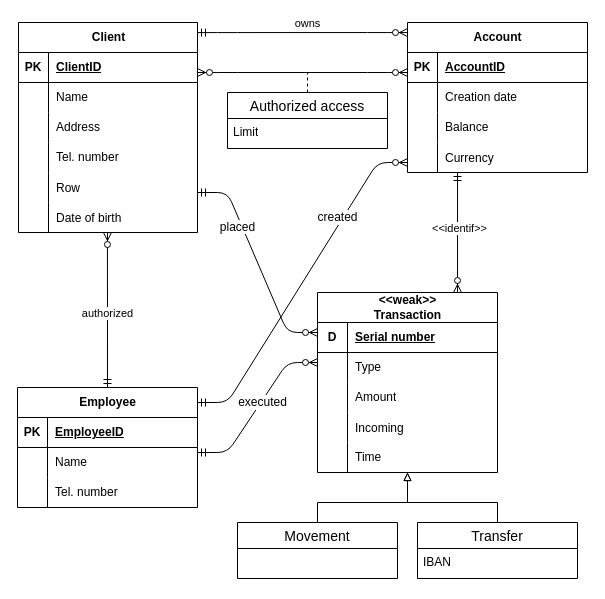
Above: erd.drawio in Marek324/butfit-ids (draw.io), before the change. Source tidied: cells renumbered, new cells numbered last; positions are measured from the earlier drawing's top-left corner, leaving out a move shared by most shapes. Both pictures are drawn from the tidied source at 100%, with x=0, y=0 at pixel (17, 22).
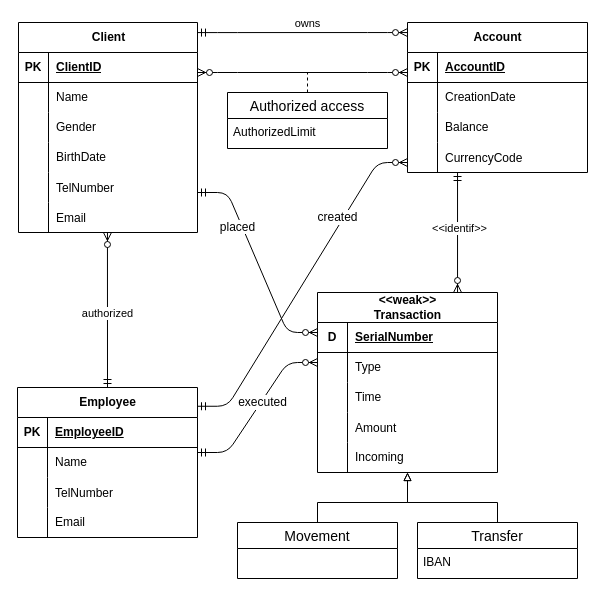
The same page after the edit.

Commit message:
Update erd based on sql script

Unchanged cells that the change refers to:
```xml
<mxCell id="9" style="shape=tableRow;horizontal=0;startSize=0;swimlaneHead=0;swimlaneBody=0;fillColor=none;top=0;left=0;right=0;bottom=0;" parent="2" vertex="1">
  <mxGeometry y="90" width="179" height="30" as="geometry" />
</mxCell>
<mxCell id="12" style="shape=tableRow;horizontal=0;startSize=0;swimlaneHead=0;swimlaneBody=0;fillColor=none;top=0;left=0;right=0;bottom=0;" parent="2" vertex="1">
  <mxGeometry y="120" width="179" height="30" as="geometry" />
</mxCell>
<mxCell id="15" style="shape=tableRow;horizontal=0;startSize=0;swimlaneHead=0;swimlaneBody=0;fillColor=none;points=[[0,0.5],[1,0.5]];portConstraint=eastwest;top=0;left=0;right=0;bottom=0;" parent="2" vertex="1">
  <mxGeometry y="150" width="179" height="30" as="geometry" />
</mxCell>
<mxCell id="18" style="shape=tableRow;horizontal=0;startSize=0;swimlaneHead=0;swimlaneBody=0;fillColor=none;points=[[0,0.5],[1,0.5]];portConstraint=eastwest;top=0;left=0;right=0;bottom=0;" parent="2" vertex="1">
  <mxGeometry y="180" width="179" height="30" as="geometry" />
</mxCell>
<mxCell id="25" style="shape=tableRow;horizontal=0;startSize=0;swimlaneHead=0;swimlaneBody=0;fillColor=none;top=0;left=0;right=0;bottom=0;" parent="21" vertex="1">
  <mxGeometry y="60" width="180" height="30" as="geometry" />
</mxCell>
<mxCell id="31" style="shape=tableRow;horizontal=0;startSize=0;swimlaneHead=0;swimlaneBody=0;fillColor=none;points=[[0,0.5],[1,0.5]];portConstraint=eastwest;top=0;left=0;right=0;bottom=0;" parent="21" vertex="1">
  <mxGeometry y="120" width="180" height="30" as="geometry" />
</mxCell>
<mxCell id="35" value="Authorized access" style="swimlane;fontStyle=0;horizontal=1;startSize=26;align=center;fontSize=14;" parent="1" vertex="1">
  <mxGeometry x="210" y="70" width="160" height="56" as="geometry" />
</mxCell>
<mxCell id="38" style="shape=tableRow;horizontal=0;startSize=0;swimlaneHead=0;swimlaneBody=0;fillColor=none;points=[[0,0.5],[1,0.5]];portConstraint=eastwest;top=0;left=0;right=0;bottom=1;" parent="37" vertex="1">
  <mxGeometry y="30" width="180" height="30" as="geometry" />
</mxCell>
<mxCell id="44" style="shape=tableRow;horizontal=0;startSize=0;swimlaneHead=0;swimlaneBody=0;fillColor=none;top=0;left=0;right=0;bottom=0;" parent="37" vertex="1">
  <mxGeometry y="90" width="180" height="30" as="geometry" />
</mxCell>
<mxCell id="47" style="shape=tableRow;horizontal=0;startSize=0;swimlaneHead=0;swimlaneBody=0;fillColor=none;top=0;left=0;right=0;bottom=0;" parent="37" vertex="1">
  <mxGeometry y="120" width="180" height="30" as="geometry" />
</mxCell>
<mxCell id="50" style="shape=tableRow;horizontal=0;startSize=0;swimlaneHead=0;swimlaneBody=0;fillColor=none;top=0;left=0;right=0;bottom=0;" parent="37" vertex="1">
  <mxGeometry y="150" width="180" height="30" as="geometry" />
</mxCell>
```

Diff of the diagram source:
```diff
@@
-    <mxCell id="11" value="Address" style="shape=partialRectangle;fillColor=none;top=0;left=0;bottom=0;right=0;align=left;spacingLeft=6;overflow=hidden;whiteSpace=wrap;html=1;" parent="9" vertex="1">
+    <mxCell id="11" value="Gender" style="shape=partialRectangle;fillColor=none;top=0;left=0;bottom=0;right=0;align=left;spacingLeft=6;overflow=hidden;whiteSpace=wrap;html=1;" parent="9" vertex="1">
       <mxGeometry x="30" width="149" height="30" as="geometry" />
     </mxCell>
@@
-    <mxCell id="14" value="Tel. number" style="shape=partialRectangle;fillColor=none;top=0;left=0;bottom=0;right=0;align=left;spacingLeft=6;overflow=hidden;whiteSpace=wrap;html=1;" parent="12" vertex="1">
+    <mxCell id="14" value="BirthDate" style="shape=partialRectangle;fillColor=none;top=0;left=0;bottom=0;right=0;align=left;spacingLeft=6;overflow=hidden;whiteSpace=wrap;html=1;" parent="12" vertex="1">
       <mxGeometry x="30" width="149" height="30" as="geometry" />
     </mxCell>
@@
-    <mxCell id="17" value="Row" style="shape=partialRectangle;fillColor=none;top=0;left=0;bottom=0;right=0;align=left;spacingLeft=6;overflow=hidden;" parent="15" vertex="1">
+    <mxCell id="17" value="TelNumber" style="shape=partialRectangle;fillColor=none;top=0;left=0;bottom=0;right=0;align=left;spacingLeft=6;overflow=hidden;" parent="15" vertex="1">
       <mxGeometry x="30" width="149" height="30" as="geometry" />
     </mxCell>
@@
-    <mxCell id="20" value="Date of birth" style="shape=partialRectangle;fillColor=none;top=0;left=0;bottom=0;right=0;align=left;spacingLeft=6;overflow=hidden;" parent="18" vertex="1">
+    <mxCell id="20" value="Email" style="shape=partialRectangle;fillColor=none;top=0;left=0;bottom=0;right=0;align=left;spacingLeft=6;overflow=hidden;" parent="18" vertex="1">
       <mxGeometry x="30" width="149" height="30" as="geometry" />
     </mxCell>
@@
-    <mxCell id="27" value="Creation date" style="shape=partialRectangle;fillColor=none;top=0;left=0;bottom=0;right=0;align=left;spacingLeft=6;overflow=hidden;whiteSpace=wrap;html=1;" parent="25" vertex="1">
+    <mxCell id="27" value="CreationDate" style="shape=partialRectangle;fillColor=none;top=0;left=0;bottom=0;right=0;align=left;spacingLeft=6;overflow=hidden;whiteSpace=wrap;html=1;" parent="25" vertex="1">
       <mxGeometry x="30" width="150" height="30" as="geometry" />
     </mxCell>
@@
-    <mxCell id="33" value="Currency" style="shape=partialRectangle;fillColor=none;top=0;left=0;bottom=0;right=0;align=left;spacingLeft=6;overflow=hidden;" parent="31" vertex="1">
+    <mxCell id="33" value="CurrencyCode" style="shape=partialRectangle;fillColor=none;top=0;left=0;bottom=0;right=0;align=left;spacingLeft=6;overflow=hidden;" parent="31" vertex="1">
       <mxGeometry x="30" width="150" height="30" as="geometry" />
     </mxCell>
@@
-    <mxCell id="36" value="Limit" style="text;strokeColor=none;fillColor=none;spacingLeft=4;spacingRight=4;overflow=hidden;fontSize=12;whiteSpace=wrap;html=1;" parent="35" vertex="1">
+    <mxCell id="36" value="AuthorizedLimit" style="text;strokeColor=none;fillColor=none;spacingLeft=4;spacingRight=4;overflow=hidden;fontSize=12;whiteSpace=wrap;html=1;" parent="35" vertex="1">
       <mxGeometry y="26" width="160" height="30" as="geometry" />
     </mxCell>
@@
-    <mxCell id="40" value="Serial number" style="shape=partialRectangle;fillColor=none;top=0;left=0;bottom=0;right=0;align=left;spacingLeft=6;fontStyle=5;overflow=hidden;whiteSpace=wrap;html=1;" parent="38" vertex="1">
+    <mxCell id="40" value="SerialNumber" style="shape=partialRectangle;fillColor=none;top=0;left=0;bottom=0;right=0;align=left;spacingLeft=6;fontStyle=5;overflow=hidden;whiteSpace=wrap;html=1;" parent="38" vertex="1">
       <mxGeometry x="30" width="150" height="30" as="geometry" />
     </mxCell>
@@
-    <mxCell id="46" value="Amount" style="shape=partialRectangle;fillColor=none;top=0;left=0;bottom=0;right=0;align=left;spacingLeft=6;overflow=hidden;whiteSpace=wrap;html=1;" parent="44" vertex="1">
+    <mxCell id="46" value="Time" style="shape=partialRectangle;fillColor=none;top=0;left=0;bottom=0;right=0;align=left;spacingLeft=6;overflow=hidden;whiteSpace=wrap;html=1;" parent="44" vertex="1">
       <mxGeometry x="30" width="150" height="30" as="geometry" />
     </mxCell>
@@
-    <mxCell id="49" value="Incoming" style="shape=partialRectangle;fillColor=none;top=0;left=0;bottom=0;right=0;align=left;spacingLeft=6;overflow=hidden;" parent="47" vertex="1">
+    <mxCell id="49" value="Amount" style="shape=partialRectangle;fillColor=none;top=0;left=0;bottom=0;right=0;align=left;spacingLeft=6;overflow=hidden;" parent="47" vertex="1">
       <mxGeometry x="30" width="150" height="30" as="geometry" />
     </mxCell>
@@
-    <mxCell id="52" value="Time" style="shape=partialRectangle;fillColor=none;top=0;left=0;bottom=0;right=0;align=left;spacingLeft=6;overflow=hidden;whiteSpace=wrap;html=1;" parent="50" vertex="1">
+    <mxCell id="52" value="Incoming" style="shape=partialRectangle;fillColor=none;top=0;left=0;bottom=0;right=0;align=left;spacingLeft=6;overflow=hidden;whiteSpace=wrap;html=1;" parent="50" vertex="1">
       <mxGeometry x="30" width="150" height="30" as="geometry" />
     </mxCell>
     <mxCell id="53" value="Employee" style="shape=table;startSize=30;childLayout=tableLayout;rowLines=0;fontStyle=1;align=center;html=1;" parent="1" vertex="1">
-      <mxGeometry y="365" width="180" height="120" as="geometry" />
+      <mxGeometry y="365" width="180" height="150" as="geometry" />
     </mxCell>
@@
+    <mxCell id="81" style="shape=tableRow;horizontal=0;startSize=0;swimlaneHead=0;swimlaneBody=0;fillColor=none;top=0;left=0;right=0;bottom=0;" parent="53" vertex="1">
+      <mxGeometry y="90" width="180" height="30" as="geometry" />
+    </mxCell>
+    <mxCell id="82" style="shape=partialRectangle;fillColor=none;top=0;left=0;bottom=0;right=0;overflow=hidden;" parent="81" vertex="1">
+      <mxGeometry width="30" height="30" as="geometry" />
+    </mxCell>
+    <mxCell id="83" value="TelNumber" style="shape=partialRectangle;fillColor=none;top=0;left=0;bottom=0;right=0;align=left;spacingLeft=6;overflow=hidden;" parent="81" vertex="1">
+      <mxGeometry x="30" width="150" height="30" as="geometry" />
+    </mxCell>
     <mxCell id="60" style="shape=tableRow;horizontal=0;startSize=0;swimlaneHead=0;swimlaneBody=0;fillColor=none;top=0;left=0;right=0;bottom=0;" parent="53" vertex="1">
-      <mxGeometry y="90" width="180" height="30" as="geometry" />
+      <mxGeometry y="120" width="180" height="30" as="geometry" />
     </mxCell>
@@
-    <mxCell id="62" value="Tel. number" style="shape=partialRectangle;fillColor=none;top=0;left=0;bottom=0;right=0;align=left;spacingLeft=6;overflow=hidden;whiteSpace=wrap;html=1;" parent="60" vertex="1">
+    <mxCell id="62" value="Email" style="shape=partialRectangle;fillColor=none;top=0;left=0;bottom=0;right=0;align=left;spacingLeft=6;overflow=hidden;whiteSpace=wrap;html=1;" parent="60" vertex="1">
       <mxGeometry x="30" width="150" height="30" as="geometry" />
     </mxCell>
```
